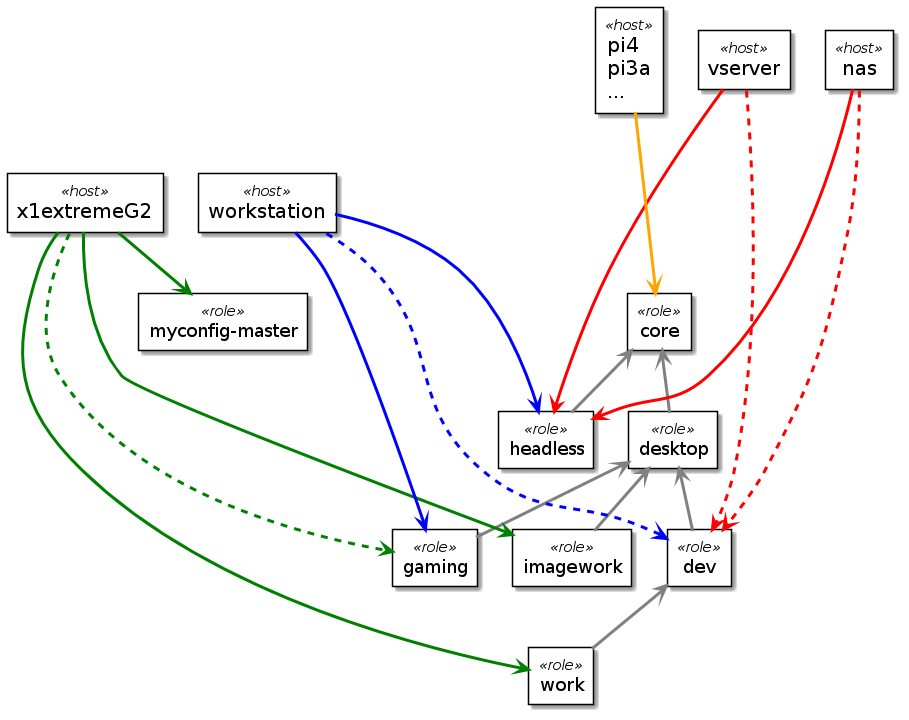
The PlantUML diagram README.png in maxhbr/myconfig, before a commit.
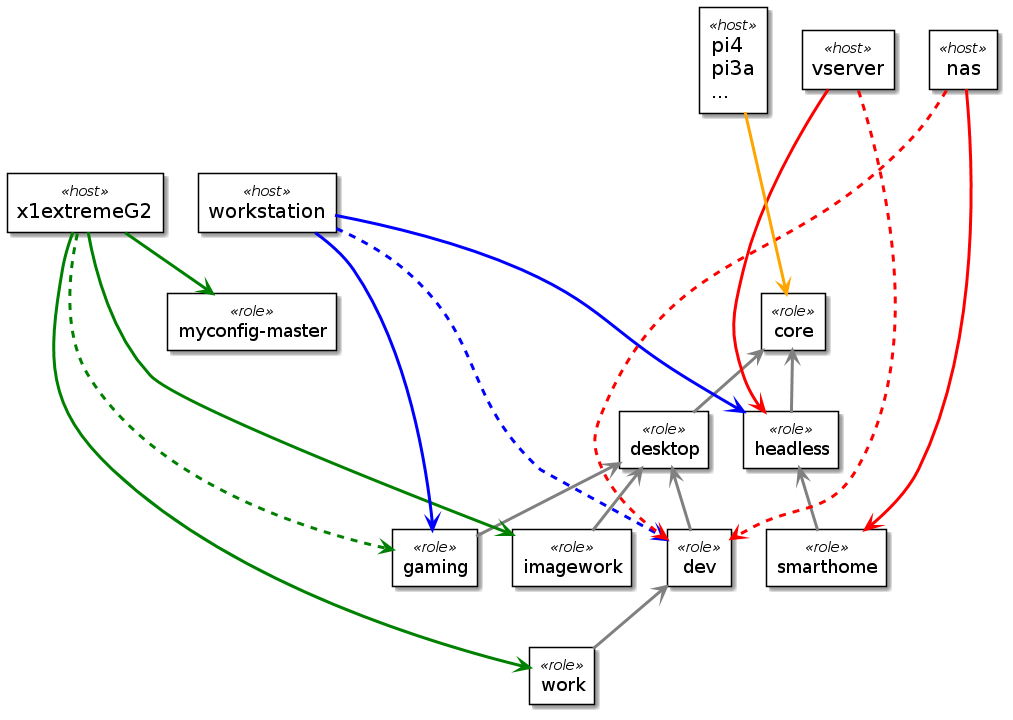
The same file after the commit.

The edit, as a diff of the source:
```diff
@@ -19,6 +19,7 @@
 together {
 rectangle core <<role>>
 rectangle headless <<role>>
+rectangle smarthome <<role>>
 rectangle desktop <<role>>
 rectangle dev <<role>>
 rectangle gaming <<role>>
@@ -26,6 +27,7 @@
 rectangle work <<role>>
 
 core <-- headless
+headless <-- smarthome
 core <-- desktop
 desktop <-- dev
 desktop <-- gaming
@@ -49,7 +51,7 @@
 
 together {
 rectangle nas <<host>>
-nas -[#red]--> headless
+nas -[#red]--> smarthome
 nas -[#red,dashed]--> dev
 
 rectangle vserver <<host>>
```
